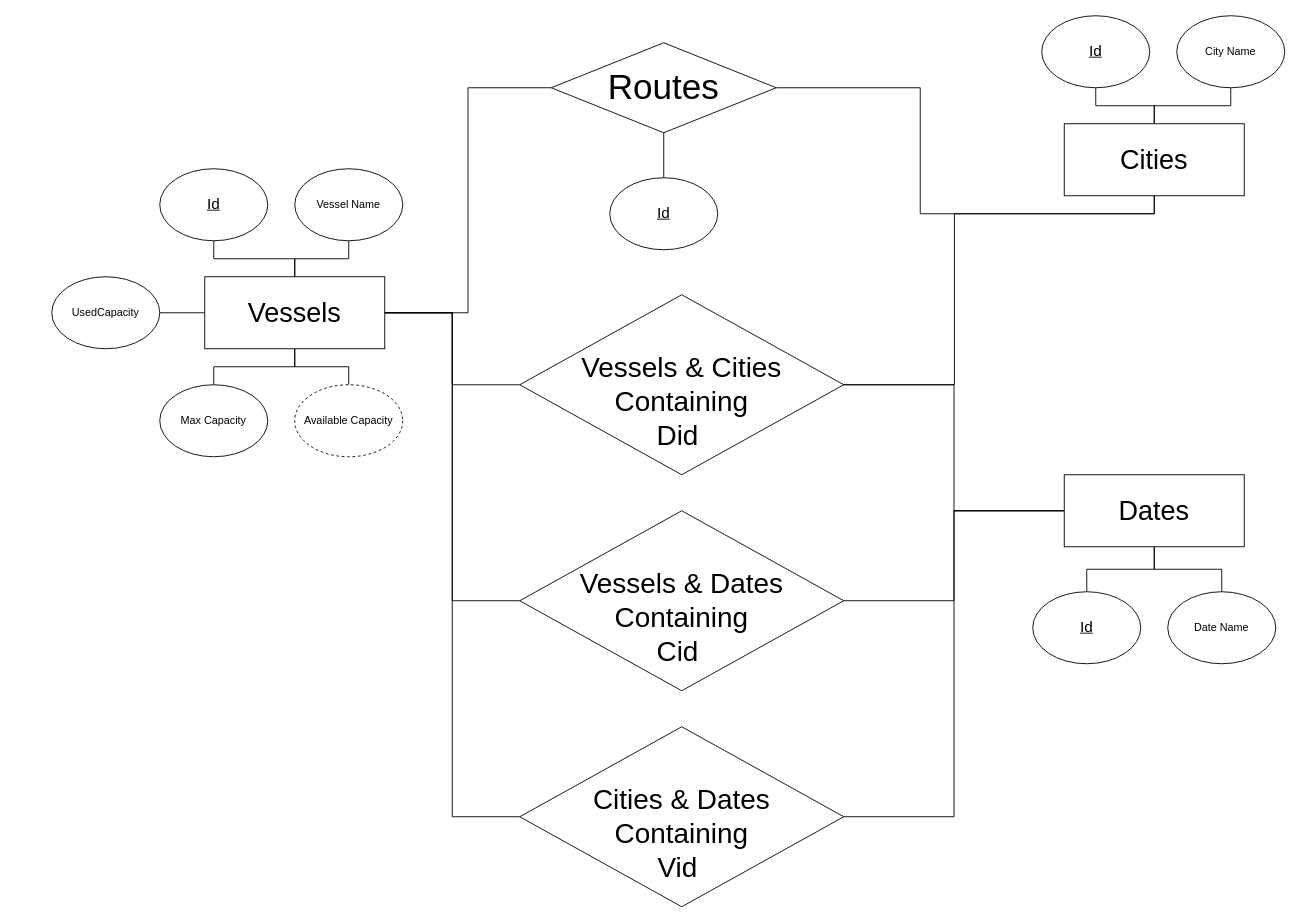
This is drawIo/PP2(E/R)Diagram.drawio from jmsaRuc/sofdevporjekt, a draw.io file, before an edit. Source tidied: cells renumbered, new cells numbered last; positions are measured from the earlier drawing's top-left corner, leaving out a move shared by most shapes. Both pictures are drawn from the tidied source at 90%, with x=0, y=0 at pixel (51, 15).
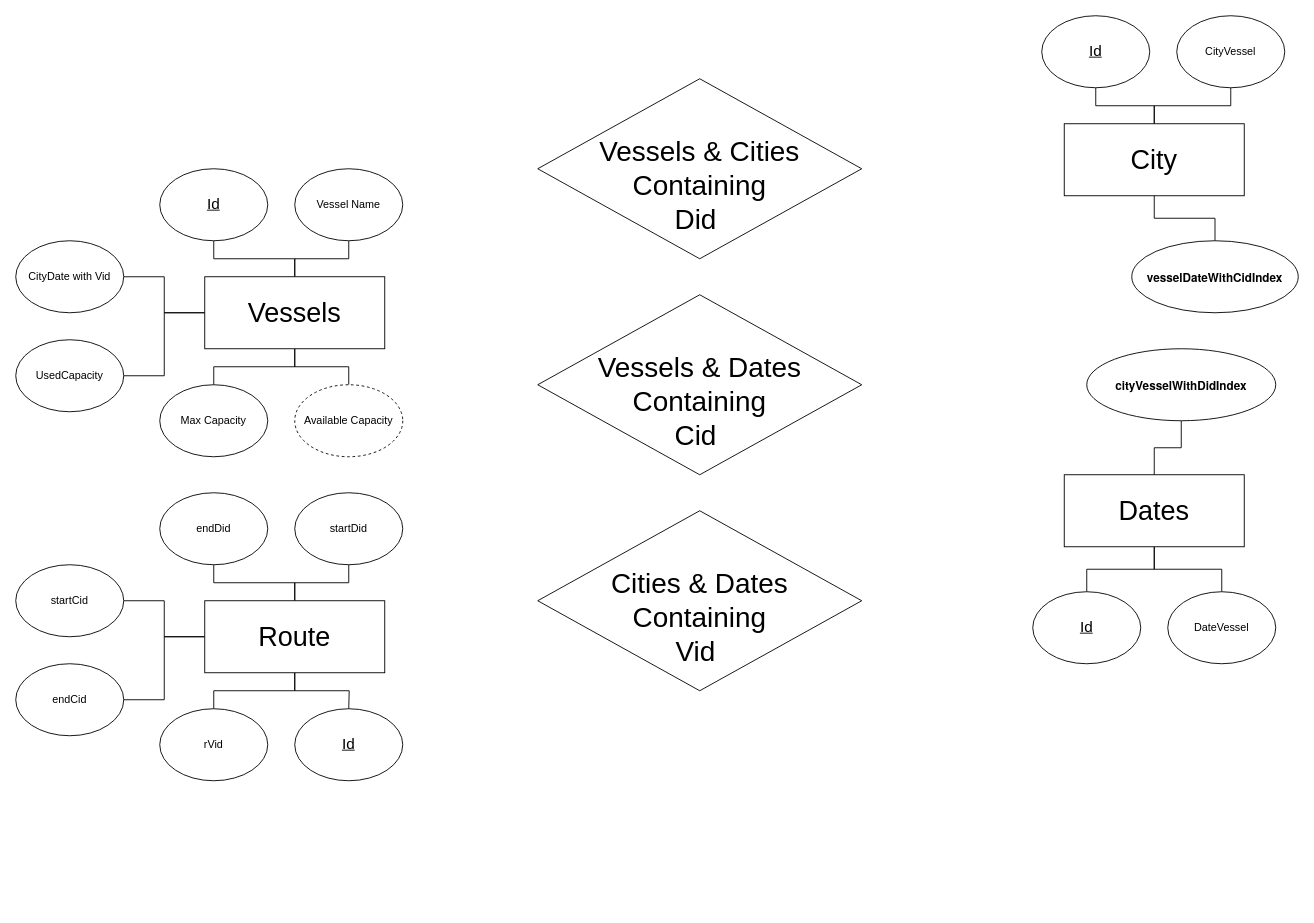
Above is the later version.

The change refers to these unchanged cells:
```xml
<mxCell id="11" value="&lt;font style=&quot;font-size: 30px;&quot;&gt;Vessels&lt;/font&gt;" style="rounded=0;whiteSpace=wrap;html=1;" parent="1" vertex="1">
  <mxGeometry x="170" y="290" width="200" height="80" as="geometry" />
</mxCell>
<mxCell id="21" value="&lt;font style=&quot;font-size: 30px;&quot;&gt;Dates&lt;/font&gt;" style="rounded=0;whiteSpace=wrap;html=1;" parent="1" vertex="1">
  <mxGeometry x="1125" y="510" width="200" height="80" as="geometry" />
</mxCell>
```

Change to the diagram source:
```diff
@@
-    <mxCell id="7" style="edgeStyle=orthogonalEdgeStyle;rounded=0;jettySize=auto;html=1;entryX=0;entryY=0.5;entryDx=0;entryDy=0;endArrow=none;endFill=0;" parent="1" edge="1" source="11" target="35">
-      <mxGeometry relative="1" as="geometry" />
-    </mxCell>
-    <mxCell id="8" style="edgeStyle=orthogonalEdgeStyle;rounded=0;jettySize=auto;html=1;entryX=0;entryY=0.5;entryDx=0;entryDy=0;endArrow=none;endFill=0;" parent="1" edge="1" source="11" target="34">
-      <mxGeometry relative="1" as="geometry" />
-    </mxCell>
-    <mxCell id="9" style="edgeStyle=orthogonalEdgeStyle;rounded=0;jettySize=auto;html=1;entryX=0;entryY=0.5;entryDx=0;entryDy=0;endArrow=none;endFill=0;" parent="1" edge="1" source="11" target="36">
-      <mxGeometry relative="1" as="geometry" />
-    </mxCell>
-    <mxCell id="10" style="edgeStyle=orthogonalEdgeStyle;rounded=0;jettySize=auto;html=1;entryX=0;entryY=0.5;entryDx=0;entryDy=0;endArrow=none;endFill=0;" parent="1" edge="1" source="11" target="37">
-      <mxGeometry relative="1" as="geometry" />
-    </mxCell>
+    <mxCell id="38" style="edgeStyle=orthogonalEdgeStyle;rounded=0;jettySize=auto;html=1;endArrow=none;endFill=0;" parent="1" edge="1" source="11" target="39">
+      <mxGeometry relative="1" as="geometry" />
+    </mxCell>
@@
-    <mxCell id="14" style="edgeStyle=orthogonalEdgeStyle;rounded=0;jettySize=auto;html=1;entryX=1;entryY=0.5;entryDx=0;entryDy=0;endArrow=none;endFill=0;" parent="1" edge="1" source="15" target="37">
-      <mxGeometry relative="1" as="geometry">
-        <Array as="points">
-          <mxPoint x="1225" y="220" />
-          <mxPoint x="1003" y="220" />
-          <mxPoint x="1003" y="410" />
-        </Array>
-      </mxGeometry>
-    </mxCell>
-    <mxCell id="15" value="&lt;font style=&quot;font-size: 30px;&quot;&gt;Cities&lt;/font&gt;" style="rounded=0;whiteSpace=wrap;html=1;" parent="1" vertex="1">
+    <mxCell id="15" value="&lt;font style=&quot;font-size: 30px;&quot;&gt;City&lt;/font&gt;" style="rounded=0;whiteSpace=wrap;html=1;" parent="1" vertex="1">
       <mxGeometry x="1125" y="120" width="200" height="80" as="geometry" />
     </mxCell>
@@
-    <mxCell id="18" style="edgeStyle=orthogonalEdgeStyle;rounded=0;jettySize=auto;html=1;exitX=0;exitY=0.5;exitDx=0;exitDy=0;entryX=1;entryY=0.5;entryDx=0;entryDy=0;endArrow=none;endFill=0;" parent="1" edge="1" source="21" target="35">
-      <mxGeometry relative="1" as="geometry" />
-    </mxCell>
-    <mxCell id="19" style="edgeStyle=orthogonalEdgeStyle;rounded=0;jettySize=auto;html=1;entryX=1;entryY=0.5;entryDx=0;entryDy=0;endArrow=none;endFill=0;" parent="1" edge="1" source="21" target="36">
-      <mxGeometry relative="1" as="geometry" />
-    </mxCell>
-    <mxCell id="20" style="edgeStyle=orthogonalEdgeStyle;rounded=0;jettySize=auto;html=1;entryX=1;entryY=0.5;entryDx=0;entryDy=0;endArrow=none;endFill=0;" parent="1" edge="1" source="21" target="37">
-      <mxGeometry relative="1" as="geometry" />
-    </mxCell>
@@
     <mxCell id="24" value="UsedCapacity" style="ellipse;whiteSpace=wrap;html=1;" parent="1" vertex="1">
-      <mxGeometry y="290" width="120" height="80" as="geometry" />
+      <mxGeometry x="-40" y="360" width="120" height="80" as="geometry" />
     </mxCell>
@@
-    <mxCell id="28" value="City Name" style="ellipse;whiteSpace=wrap;html=1;" parent="1" vertex="1">
+    <mxCell id="28" value="CityVessel" style="ellipse;whiteSpace=wrap;html=1;" parent="1" vertex="1">
       <mxGeometry x="1250" width="120" height="80" as="geometry" />
     </mxCell>
@@
-    <mxCell id="30" value="Date Name" style="ellipse;whiteSpace=wrap;html=1;" parent="1" vertex="1">
+    <mxCell id="30" value="DateVessel" style="ellipse;whiteSpace=wrap;html=1;" parent="1" vertex="1">
       <mxGeometry x="1240" y="640" width="120" height="80" as="geometry" />
     </mxCell>
-    <mxCell id="31" value="&lt;font style=&quot;font-size: 17px;&quot;&gt;&lt;u&gt;Id&lt;/u&gt;&lt;/font&gt;" style="ellipse;whiteSpace=wrap;html=1;" parent="1" vertex="1">
-      <mxGeometry x="620" y="180" width="120" height="80" as="geometry" />
-    </mxCell>
-    <mxCell id="32" style="edgeStyle=orthogonalEdgeStyle;rounded=0;jettySize=auto;html=1;endArrow=none;endFill=0;" parent="1" edge="1" source="34" target="31">
-      <mxGeometry relative="1" as="geometry" />
-    </mxCell>
-    <mxCell id="33" style="edgeStyle=orthogonalEdgeStyle;rounded=0;jettySize=auto;html=1;entryX=0.5;entryY=1;entryDx=0;entryDy=0;endArrow=none;endFill=0;" parent="1" edge="1" source="34" target="15">
-      <mxGeometry relative="1" as="geometry" />
-    </mxCell>
-    <mxCell id="34" value="&lt;font style=&quot;font-size: 39px;&quot;&gt;Routes&lt;/font&gt;" style="rhombus;whiteSpace=wrap;html=1;" parent="1" vertex="1">
-      <mxGeometry x="555" y="30" width="250" height="100" as="geometry" />
-    </mxCell>
     <mxCell id="35" value="&lt;span style=&quot;font-size: 31px;&quot;&gt;&lt;br&gt;Cities &amp;amp; Dates&lt;br&gt;Containing&lt;br&gt;Vid&amp;nbsp;&lt;br&gt;&lt;/span&gt;" style="rhombus;whiteSpace=wrap;html=1;" parent="1" vertex="1">
-      <mxGeometry x="520" y="790" width="360" height="200" as="geometry" />
+      <mxGeometry x="540" y="550" width="360" height="200" as="geometry" />
     </mxCell>
     <mxCell id="36" value="&lt;span style=&quot;font-size: 31px;&quot;&gt;&lt;br&gt;Vessels &amp;amp; Dates&lt;br&gt;Containing&lt;br&gt;Cid&amp;nbsp;&lt;br&gt;&lt;/span&gt;" style="rhombus;whiteSpace=wrap;html=1;" parent="1" vertex="1">
-      <mxGeometry x="520" y="550" width="360" height="200" as="geometry" />
+      <mxGeometry x="540" y="310" width="360" height="200" as="geometry" />
     </mxCell>
     <mxCell id="37" value="&lt;span style=&quot;font-size: 31px;&quot;&gt;&lt;br&gt;Vessels &amp;amp; Cities&lt;br&gt;Containing&lt;br&gt;Did&amp;nbsp;&lt;br&gt;&lt;/span&gt;" style="rhombus;whiteSpace=wrap;html=1;" parent="1" vertex="1">
-      <mxGeometry x="520" y="310" width="360" height="200" as="geometry" />
+      <mxGeometry x="540" y="70" width="360" height="200" as="geometry" />
     </mxCell>
+    <mxCell id="39" value="CityDate with Vid" style="ellipse;whiteSpace=wrap;html=1;" parent="1" vertex="1">
+      <mxGeometry x="-40" y="250" width="120" height="80" as="geometry" />
+    </mxCell>
+    <mxCell id="40" style="edgeStyle=orthogonalEdgeStyle;rounded=0;jettySize=auto;html=1;endArrow=none;endFill=0;" parent="1" edge="1" source="46" target="49">
+      <mxGeometry relative="1" as="geometry" />
+    </mxCell>
+    <mxCell id="41" style="edgeStyle=orthogonalEdgeStyle;rounded=0;jettySize=auto;html=1;endArrow=none;endFill=0;" parent="1" edge="1" source="46" target="47">
+      <mxGeometry relative="1" as="geometry" />
+    </mxCell>
+    <mxCell id="42" style="edgeStyle=orthogonalEdgeStyle;rounded=0;jettySize=auto;html=1;endArrow=none;endFill=0;" parent="1" edge="1" source="46" target="48">
+      <mxGeometry relative="1" as="geometry" />
+    </mxCell>
+    <mxCell id="43" style="edgeStyle=orthogonalEdgeStyle;rounded=0;jettySize=auto;html=1;endArrow=none;endFill=0;" parent="1" edge="1" source="46">
+      <mxGeometry relative="1" as="geometry">
+        <mxPoint x="330" y="770" as="targetPoint" />
+      </mxGeometry>
+    </mxCell>
+    <mxCell id="44" style="edgeStyle=orthogonalEdgeStyle;rounded=0;jettySize=auto;html=1;entryX=0.5;entryY=0;entryDx=0;entryDy=0;endArrow=none;endFill=0;" parent="1" edge="1" source="46" target="50">
+      <mxGeometry relative="1" as="geometry" />
+    </mxCell>
+    <mxCell id="45" style="edgeStyle=orthogonalEdgeStyle;rounded=0;jettySize=auto;html=1;endArrow=none;endFill=0;" parent="1" edge="1" source="46" target="51">
+      <mxGeometry relative="1" as="geometry" />
+    </mxCell>
+    <mxCell id="46" value="&lt;font style=&quot;font-size: 30px;&quot;&gt;Route&lt;/font&gt;" style="rounded=0;whiteSpace=wrap;html=1;" parent="1" vertex="1">
+      <mxGeometry x="170" y="650" width="200" height="80" as="geometry" />
+    </mxCell>
+    <mxCell id="47" value="endDid" style="ellipse;whiteSpace=wrap;html=1;" parent="1" vertex="1">
+      <mxGeometry x="120" y="530" width="120" height="80" as="geometry" />
+    </mxCell>
+    <mxCell id="48" value="startDid" style="ellipse;whiteSpace=wrap;html=1;" parent="1" vertex="1">
+      <mxGeometry x="270" y="530" width="120" height="80" as="geometry" />
+    </mxCell>
+    <mxCell id="49" value="endCid" style="ellipse;whiteSpace=wrap;html=1;" parent="1" vertex="1">
+      <mxGeometry x="-40" y="720" width="120" height="80" as="geometry" />
+    </mxCell>
+    <mxCell id="50" value="rVid" style="ellipse;whiteSpace=wrap;html=1;" parent="1" vertex="1">
+      <mxGeometry x="120" y="770" width="120" height="80" as="geometry" />
+    </mxCell>
+    <mxCell id="51" value="startCid" style="ellipse;whiteSpace=wrap;html=1;" parent="1" vertex="1">
+      <mxGeometry x="-40" y="610" width="120" height="80" as="geometry" />
+    </mxCell>
+    <mxCell id="31" value="&lt;font size=&quot;1&quot;&gt;&lt;u style=&quot;font-size: 17px;&quot;&gt;Id&lt;/u&gt;&lt;/font&gt;" style="ellipse;whiteSpace=wrap;html=1;" parent="1" vertex="1">
+      <mxGeometry x="270" y="770" width="120" height="80" as="geometry" />
+    </mxCell>
+    <mxCell id="52" style="edgeStyle=orthogonalEdgeStyle;rounded=0;jettySize=auto;html=1;endArrow=none;endFill=0;exitX=0.5;exitY=0;exitDx=0;exitDy=0;" parent="1" edge="1" source="21" target="53">
+      <mxGeometry relative="1" as="geometry" />
+    </mxCell>
+    <mxCell id="53" value="&lt;p style=&quot;margin: 0px; font-stretch: normal; font-size: 13px; line-height: normal; font-family: &amp;quot;Helvetica Neue&amp;quot;;&quot;&gt;&lt;b&gt;cityVesselWithDidIndex&lt;/b&gt;&lt;/p&gt;" style="ellipse;whiteSpace=wrap;html=1;" parent="1" vertex="1">
+      <mxGeometry x="1150" y="370" width="210" height="80" as="geometry" />
+    </mxCell>
+    <mxCell id="54" style="edgeStyle=orthogonalEdgeStyle;rounded=0;jettySize=auto;html=1;endArrow=none;endFill=0;" parent="1" edge="1" source="15" target="55">
+      <mxGeometry relative="1" as="geometry" />
+    </mxCell>
+    <mxCell id="55" value="&lt;p style=&quot;margin: 0px; font-stretch: normal; font-size: 13px; line-height: normal; font-family: &amp;quot;Helvetica Neue&amp;quot;;&quot;&gt;&lt;b&gt;vesselDateWithCidIndex&lt;/b&gt;&lt;/p&gt;" style="ellipse;whiteSpace=wrap;html=1;" parent="1" vertex="1">
+      <mxGeometry x="1200" y="250" width="185" height="80" as="geometry" />
+    </mxCell>
```
